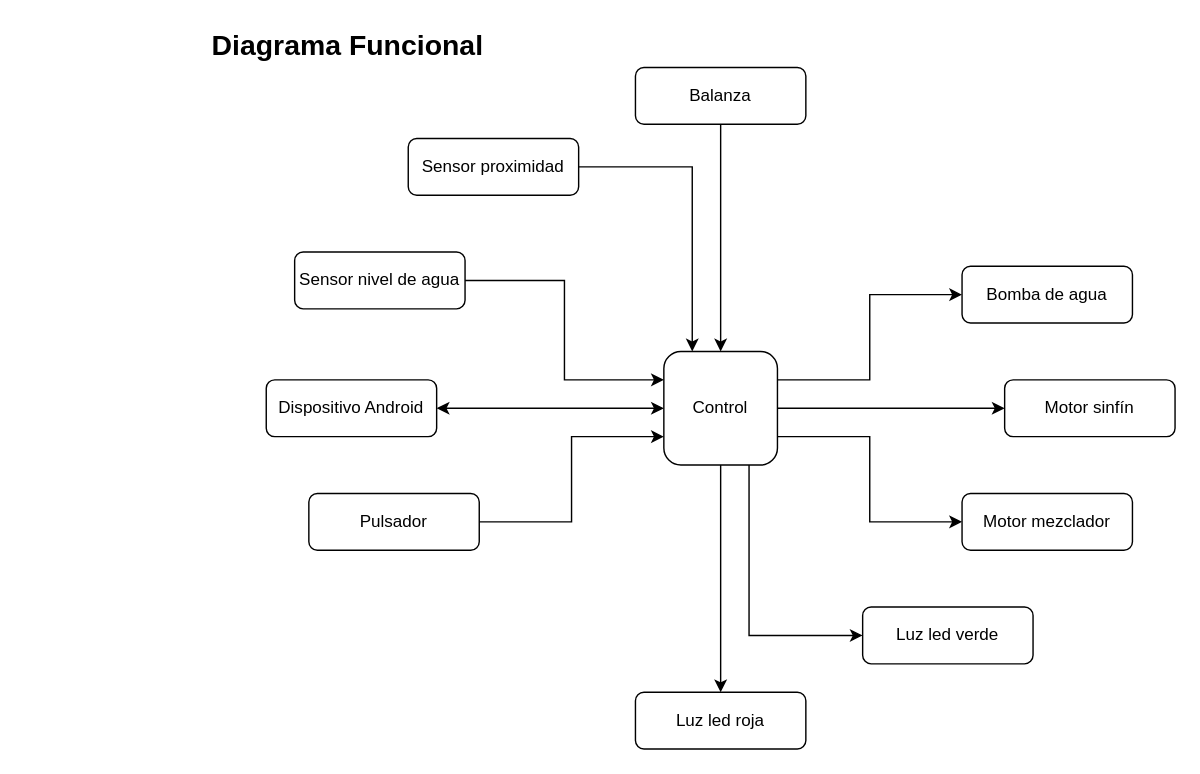
Before: Sistema-Embebido/Diagramas/Funcional.drawio in ada-lovelace-progra/AsistenteDeCocina, a draw.io diagram. Source tidied: cells renumbered, new cells numbered last; positions are measured from the earlier drawing's top-left corner, leaving out a move shared by most shapes. Both pictures are drawn from the tidied source at 142%, with x=0, y=0 at pixel (209, 24).
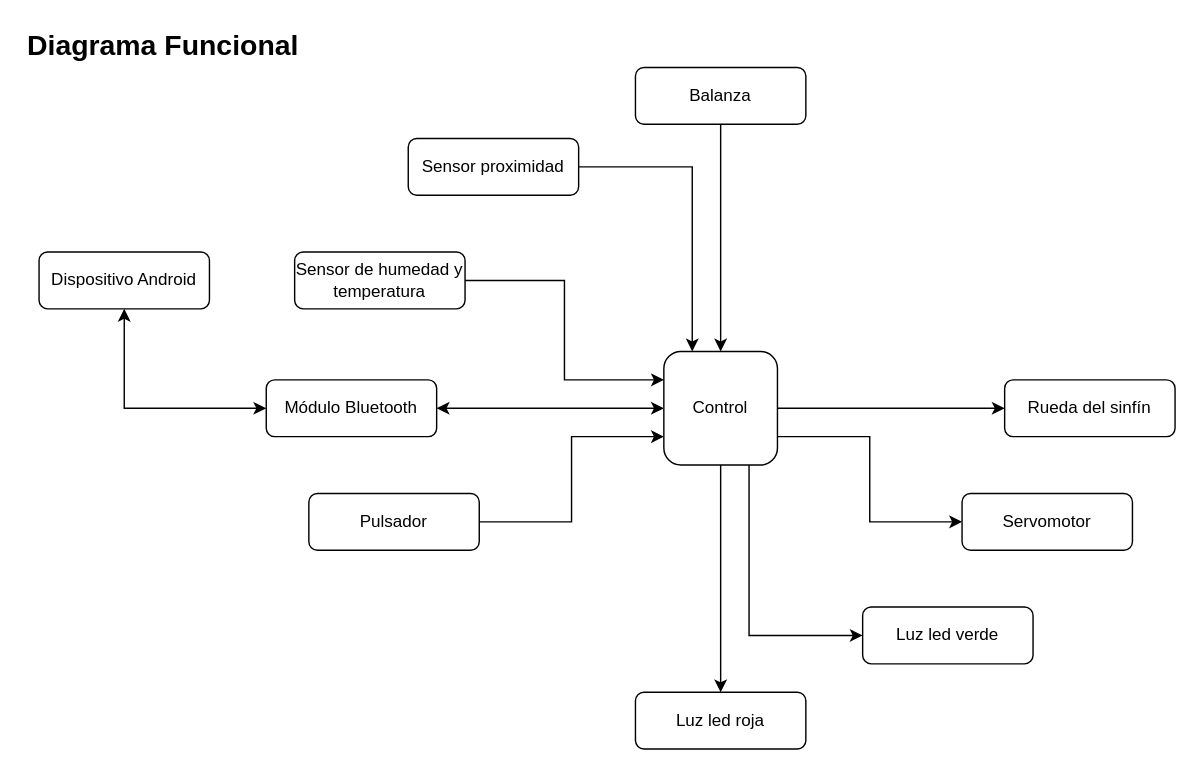
After the change.

Commit message (it also covers changes not shown here):
Diagrama funcional, diagrama físico

Unchanged cells that the change refers to:
```xml
<mxCell id="7" value="Control" style="rounded=1;whiteSpace=wrap;html=1;" parent="1" vertex="1">
  <mxGeometry x="320" y="230" width="80" height="80" as="geometry" />
</mxCell>
```

Diff of the diagram source:
```diff
@@
-    <mxCell id="6" style="edgeStyle=orthogonalEdgeStyle;rounded=0;jettySize=auto;html=1;exitX=1;exitY=0.25;exitDx=0;exitDy=0;entryX=0;entryY=0.5;entryDx=0;entryDy=0;startArrow=none;startFill=0;" parent="1" edge="1" source="7" target="20">
-      <mxGeometry relative="1" as="geometry" />
-    </mxCell>
@@
-    <mxCell id="9" value="Dispositivo Android" style="rounded=1;whiteSpace=wrap;html=1;" parent="1" vertex="1">
+    <mxCell id="9" value="Módulo Bluetooth" style="rounded=1;whiteSpace=wrap;html=1;" parent="1" vertex="1">
       <mxGeometry x="40" y="250" width="120" height="40" as="geometry" />
     </mxCell>
@@
-    <mxCell id="15" value="Sensor nivel de agua" style="rounded=1;whiteSpace=wrap;html=1;" parent="1" vertex="1">
+    <mxCell id="15" value="Sensor de humedad y temperatura" style="rounded=1;whiteSpace=wrap;html=1;" parent="1" vertex="1">
       <mxGeometry x="60" y="160" width="120" height="40" as="geometry" />
     </mxCell>
@@
-    <mxCell id="18" value="Motor sinfín" style="rounded=1;whiteSpace=wrap;html=1;" parent="1" vertex="1">
+    <mxCell id="18" value="Rueda del sinfín" style="rounded=1;whiteSpace=wrap;html=1;" parent="1" vertex="1">
       <mxGeometry x="560" y="250" width="120" height="40" as="geometry" />
     </mxCell>
-    <mxCell id="19" value="Motor mezclador" style="rounded=1;whiteSpace=wrap;html=1;" parent="1" vertex="1">
+    <mxCell id="19" value="Servomotor" style="rounded=1;whiteSpace=wrap;html=1;" parent="1" vertex="1">
       <mxGeometry x="530" y="330" width="120" height="40" as="geometry" />
     </mxCell>
-    <mxCell id="20" value="Bomba de agua" style="rounded=1;whiteSpace=wrap;html=1;" parent="1" vertex="1">
-      <mxGeometry x="530" y="170" width="120" height="40" as="geometry" />
-    </mxCell>
@@
     <mxCell id="23" value="Diagrama Funcional" style="text;html=1;align=left;verticalAlign=top;spacingTop=-4;fontSize=20;fontStyle=1;" parent="1" vertex="1">
-      <mxGeometry width="120" height="20" as="geometry" />
+      <mxGeometry x="-130" width="120" height="20" as="geometry" />
     </mxCell>
+    <mxCell id="24" style="edgeStyle=orthogonalEdgeStyle;rounded=0;jettySize=auto;html=1;exitX=0.5;exitY=1;exitDx=0;exitDy=0;entryX=0;entryY=0.5;entryDx=0;entryDy=0;startArrow=classic;startFill=1;" parent="1" edge="1" source="25" target="9">
+      <mxGeometry relative="1" as="geometry" />
+    </mxCell>
+    <mxCell id="25" value="Dispositivo Android" style="rounded=1;whiteSpace=wrap;html=1;" parent="1" vertex="1">
+      <mxGeometry x="-120" y="160" width="120" height="40" as="geometry" />
+    </mxCell>
```
